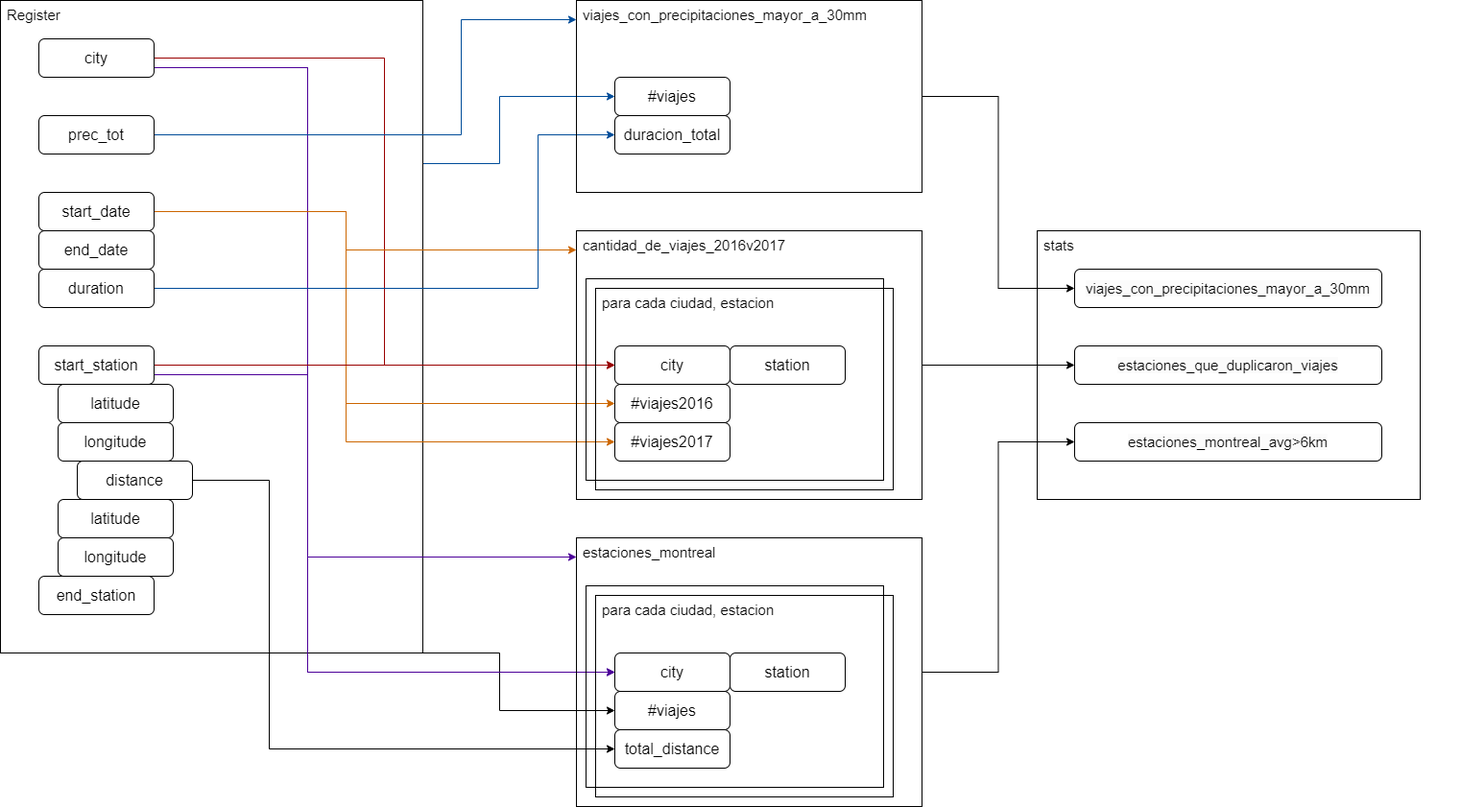
n-zu/DISTRIBUIDOS-TP1 keeps this draw.io diagram as docs/diagrams/dag/dataflow2.png. Above is the earlier version. Source tidied: cells renumbered, new cells last; positions are measured from the earlier drawing's top-left corner, leaving out a move shared by most shapes.
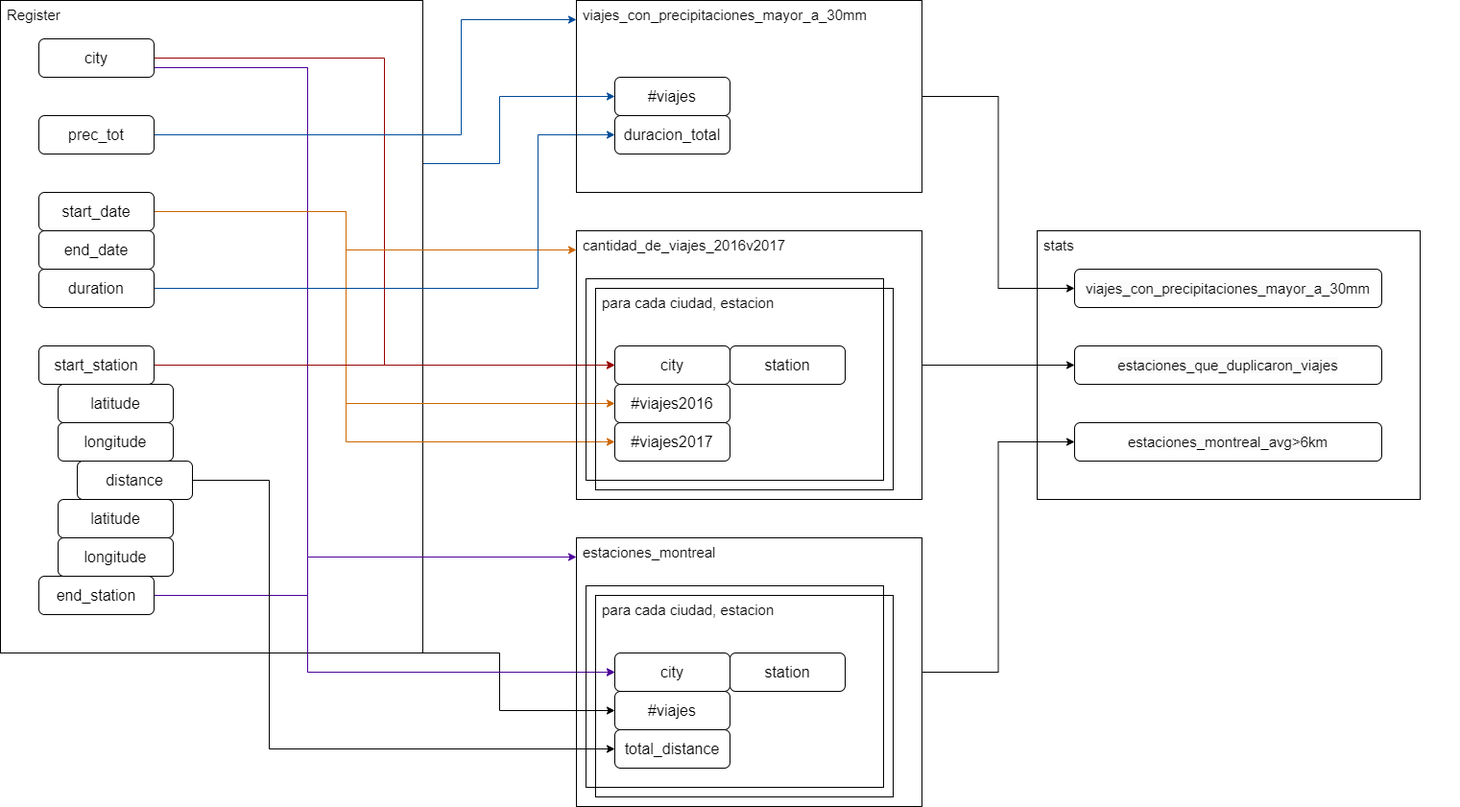
Later version of the same file.

What changed in the source:
```diff
@@ -89,10 +89,10 @@
         <mxPoint x="640" y="380" as="targetPoint" />
       </mxGeometry>
     </mxCell>
-    <mxCell id="17" style="edgeStyle=orthogonalEdgeStyle;rounded=0;jettySize=auto;html=1;exitX=1;exitY=0.75;exitDx=0;exitDy=0;entryX=0;entryY=0.5;entryDx=0;entryDy=0;strokeColor=#4C0099;" parent="1" edge="1" source="18" target="50">
+    <mxCell id="17" style="edgeStyle=orthogonalEdgeStyle;rounded=0;jettySize=auto;html=1;exitX=1;exitY=0.5;exitDx=0;exitDy=0;entryX=0;entryY=0.5;entryDx=0;entryDy=0;strokeColor=#4C0099;" parent="1" edge="1" source="21" target="50">
       <mxGeometry relative="1" as="geometry">
         <Array as="points">
-          <mxPoint x="320" y="390" />
+          <mxPoint x="320" y="620" />
           <mxPoint x="320" y="700" />
         </Array>
       </mxGeometry>
```
